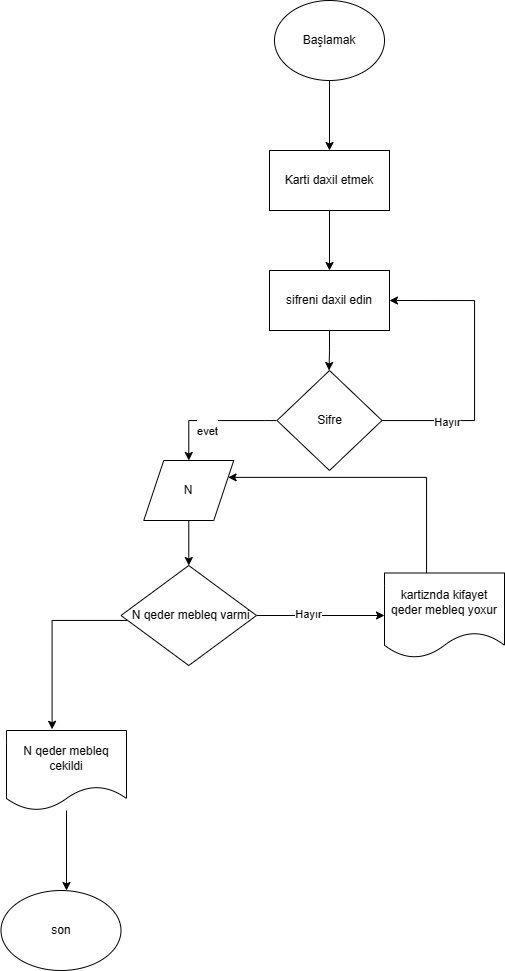
Earlier version of the draw.io export Başlıksız Diyagram.drawio.png (Lost004/flowcharTask1). Source tidied: cells renumbered, new cells last; positions are measured from the earlier drawing's top-left corner, leaving out a move shared by most shapes. The source it was exported from:
```xml
<mxGraphModel>
  <root>
    <mxCell id="0" />
    <mxCell id="1" parent="0" />
    <mxCell id="2" style="edgeStyle=orthogonalEdgeStyle;rounded=0;jettySize=auto;html=1;" parent="1" edge="1" source="3" target="5">
      <mxGeometry relative="1" as="geometry" />
    </mxCell>
    <mxCell id="3" value="Başlamak" style="ellipse;whiteSpace=wrap;html=1;" parent="1" vertex="1">
      <mxGeometry x="274" width="110" height="80" as="geometry" />
    </mxCell>
    <mxCell id="4" style="edgeStyle=orthogonalEdgeStyle;rounded=0;jettySize=auto;html=1;" parent="1" edge="1" source="5" target="7">
      <mxGeometry relative="1" as="geometry" />
    </mxCell>
    <mxCell id="5" value="Karti daxil etmek" style="rounded=0;whiteSpace=wrap;html=1;" parent="1" vertex="1">
      <mxGeometry x="269" y="150" width="120" height="60" as="geometry" />
    </mxCell>
    <mxCell id="6" style="edgeStyle=orthogonalEdgeStyle;rounded=0;jettySize=auto;html=1;entryX=0.5;entryY=0;entryDx=0;entryDy=0;" parent="1" edge="1" source="7">
      <mxGeometry relative="1" as="geometry">
        <mxPoint x="328.5" y="370" as="targetPoint" />
      </mxGeometry>
    </mxCell>
    <mxCell id="7" value="sifreni daxil edin" style="rounded=0;whiteSpace=wrap;html=1;" parent="1" vertex="1">
      <mxGeometry x="269" y="270" width="120" height="60" as="geometry" />
    </mxCell>
    <mxCell id="8" style="edgeStyle=orthogonalEdgeStyle;rounded=0;jettySize=auto;html=1;entryX=1;entryY=0.5;entryDx=0;entryDy=0;" parent="1" edge="1" target="7">
      <mxGeometry relative="1" as="geometry">
        <mxPoint x="380.9" y="420.1" as="sourcePoint" />
        <Array as="points">
          <mxPoint x="474" y="420" />
          <mxPoint x="474" y="300" />
        </Array>
      </mxGeometry>
    </mxCell>
    <mxCell id="9" value="Hayır" style="edgeLabel;html=1;align=center;verticalAlign=middle;" parent="8" vertex="1">
      <mxGeometry x="-0.56" y="-1" relative="1" as="geometry" />
    </mxCell>
    <mxCell id="10" style="edgeStyle=orthogonalEdgeStyle;rounded=0;jettySize=auto;html=1;" parent="1" edge="1" target="14">
      <mxGeometry relative="1" as="geometry">
        <mxPoint x="276.1" y="420.1" as="sourcePoint" />
        <Array as="points">
          <mxPoint x="264" y="420" />
          <mxPoint x="264" y="420" />
        </Array>
      </mxGeometry>
    </mxCell>
    <mxCell id="11" value="&lt;br&gt;evet" style="edgeLabel;html=1;align=center;verticalAlign=middle;" parent="10" vertex="1">
      <mxGeometry x="0.08" y="3" relative="1" as="geometry" />
    </mxCell>
    <mxCell id="12" value="Sifre" style="rhombus;whiteSpace=wrap;html=1;" parent="1" vertex="1">
      <mxGeometry x="276.5" y="370" width="105" height="100" as="geometry" />
    </mxCell>
    <mxCell id="13" style="edgeStyle=orthogonalEdgeStyle;rounded=0;jettySize=auto;html=1;" parent="1" edge="1" source="14" target="18">
      <mxGeometry relative="1" as="geometry" />
    </mxCell>
    <mxCell id="14" value="N" style="shape=parallelogram;perimeter=parallelogramPerimeter;whiteSpace=wrap;html=1;fixedSize=1;" parent="1" vertex="1">
      <mxGeometry x="143.2" y="460" width="90" height="60" as="geometry" />
    </mxCell>
    <mxCell id="15" style="edgeStyle=orthogonalEdgeStyle;rounded=0;jettySize=auto;html=1;" parent="1" edge="1" source="18" target="20">
      <mxGeometry relative="1" as="geometry" />
    </mxCell>
    <mxCell id="16" value="Hayır" style="edgeLabel;html=1;align=center;verticalAlign=middle;" parent="15" vertex="1">
      <mxGeometry x="-0.19" y="2" relative="1" as="geometry" />
    </mxCell>
    <mxCell id="17" style="edgeStyle=orthogonalEdgeStyle;rounded=0;jettySize=auto;html=1;entryX=0.38;entryY=-0.015;entryDx=0;entryDy=0;entryPerimeter=0;" parent="1" edge="1" source="18" target="22">
      <mxGeometry relative="1" as="geometry">
        <Array as="points">
          <mxPoint x="52" y="620" />
        </Array>
      </mxGeometry>
    </mxCell>
    <mxCell id="18" value="&amp;nbsp;N qeder mebleq varmi" style="rhombus;whiteSpace=wrap;html=1;" parent="1" vertex="1">
      <mxGeometry x="120.5" y="565" width="135.5" height="100" as="geometry" />
    </mxCell>
    <mxCell id="19" style="edgeStyle=orthogonalEdgeStyle;rounded=0;jettySize=auto;html=1;entryX=1;entryY=0.25;entryDx=0;entryDy=0;" parent="1" edge="1" source="20" target="14">
      <mxGeometry relative="1" as="geometry">
        <Array as="points">
          <mxPoint x="426" y="477" />
        </Array>
      </mxGeometry>
    </mxCell>
    <mxCell id="20" value="kartiznda kifayet qeder mebleq yoxur" style="shape=document;whiteSpace=wrap;html=1;boundedLbl=1;" parent="1" vertex="1">
      <mxGeometry x="384" y="572.5" width="120" height="85" as="geometry" />
    </mxCell>
    <mxCell id="21" style="edgeStyle=orthogonalEdgeStyle;rounded=0;jettySize=auto;html=1;" parent="1" edge="1" source="22">
      <mxGeometry relative="1" as="geometry">
        <mxPoint x="66" y="890" as="targetPoint" />
      </mxGeometry>
    </mxCell>
    <mxCell id="22" value="N qeder mebleq cekildi" style="shape=document;whiteSpace=wrap;html=1;boundedLbl=1;" parent="1" vertex="1">
      <mxGeometry x="6" y="730" width="120" height="80" as="geometry" />
    </mxCell>
    <mxCell id="23" value="son" style="ellipse;whiteSpace=wrap;html=1;" parent="1" vertex="1">
      <mxGeometry x="0.5" y="890" width="120" height="80" as="geometry" />
    </mxCell>
  </root>
</mxGraphModel>
```
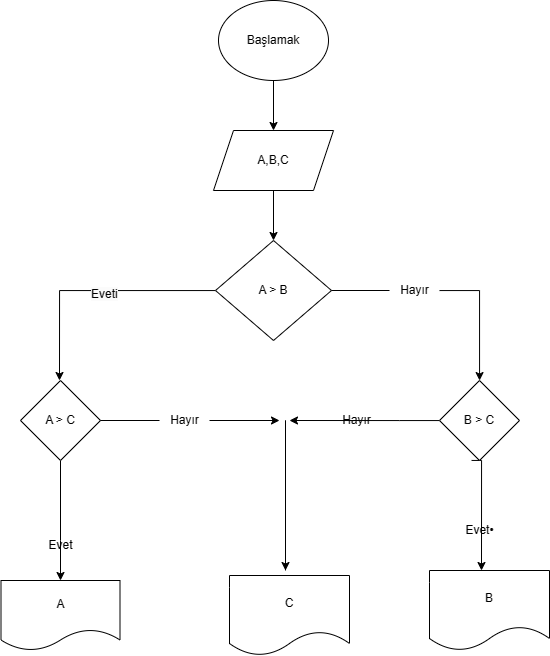
The same file after the commit.

Change to the diagram source:
```diff
@@ -2,95 +2,111 @@
   <root>
     <mxCell id="0" />
     <mxCell id="1" parent="0" />
-    <mxCell id="2" style="edgeStyle=orthogonalEdgeStyle;rounded=0;jettySize=auto;html=1;" parent="1" edge="1" source="3" target="5">
-      <mxGeometry relative="1" as="geometry" />
-    </mxCell>
+    <mxCell id="24" style="edgeStyle=orthogonalEdgeStyle;rounded=0;jettySize=auto;html=1;entryX=0.5;entryY=0;entryDx=0;entryDy=0;" parent="1" edge="1" source="3" target="26">
+      <mxGeometry relative="1" as="geometry" />
+    </mxCell>
     <mxCell id="3" value="Başlamak" style="ellipse;whiteSpace=wrap;html=1;" parent="1" vertex="1">
       <mxGeometry x="274" width="110" height="80" as="geometry" />
     </mxCell>
-    <mxCell id="4" style="edgeStyle=orthogonalEdgeStyle;rounded=0;jettySize=auto;html=1;" parent="1" edge="1" source="5" target="7">
-      <mxGeometry relative="1" as="geometry" />
-    </mxCell>
-    <mxCell id="5" value="Karti daxil etmek" style="rounded=0;whiteSpace=wrap;html=1;" parent="1" vertex="1">
-      <mxGeometry x="269" y="150" width="120" height="60" as="geometry" />
-    </mxCell>
-    <mxCell id="6" style="edgeStyle=orthogonalEdgeStyle;rounded=0;jettySize=auto;html=1;entryX=0.5;entryY=0;entryDx=0;entryDy=0;" parent="1" edge="1" source="7">
-      <mxGeometry relative="1" as="geometry">
-        <mxPoint x="328.5" y="370" as="targetPoint" />
-      </mxGeometry>
-    </mxCell>
-    <mxCell id="7" value="sifreni daxil edin" style="rounded=0;whiteSpace=wrap;html=1;" parent="1" vertex="1">
-      <mxGeometry x="269" y="270" width="120" height="60" as="geometry" />
-    </mxCell>
-    <mxCell id="8" style="edgeStyle=orthogonalEdgeStyle;rounded=0;jettySize=auto;html=1;entryX=1;entryY=0.5;entryDx=0;entryDy=0;" parent="1" edge="1" target="7">
-      <mxGeometry relative="1" as="geometry">
-        <mxPoint x="380.9" y="420.1" as="sourcePoint" />
-        <Array as="points">
-          <mxPoint x="474" y="420" />
-          <mxPoint x="474" y="300" />
-        </Array>
-      </mxGeometry>
-    </mxCell>
-    <mxCell id="9" value="Hayır" style="edgeLabel;html=1;align=center;verticalAlign=middle;" parent="8" vertex="1">
-      <mxGeometry x="-0.56" y="-1" relative="1" as="geometry" />
-    </mxCell>
-    <mxCell id="10" style="edgeStyle=orthogonalEdgeStyle;rounded=0;jettySize=auto;html=1;" parent="1" edge="1" target="14">
-      <mxGeometry relative="1" as="geometry">
-        <mxPoint x="276.1" y="420.1" as="sourcePoint" />
-        <Array as="points">
-          <mxPoint x="264" y="420" />
-          <mxPoint x="264" y="420" />
-        </Array>
-      </mxGeometry>
-    </mxCell>
-    <mxCell id="11" value="&lt;br&gt;evet" style="edgeLabel;html=1;align=center;verticalAlign=middle;" parent="10" vertex="1">
-      <mxGeometry x="0.08" y="3" relative="1" as="geometry" />
-    </mxCell>
-    <mxCell id="12" value="Sifre" style="rhombus;whiteSpace=wrap;html=1;" parent="1" vertex="1">
-      <mxGeometry x="276.5" y="370" width="105" height="100" as="geometry" />
-    </mxCell>
-    <mxCell id="13" style="edgeStyle=orthogonalEdgeStyle;rounded=0;jettySize=auto;html=1;" parent="1" edge="1" source="14" target="18">
-      <mxGeometry relative="1" as="geometry" />
-    </mxCell>
-    <mxCell id="14" value="N" style="shape=parallelogram;perimeter=parallelogramPerimeter;whiteSpace=wrap;html=1;fixedSize=1;" parent="1" vertex="1">
-      <mxGeometry x="143.2" y="460" width="90" height="60" as="geometry" />
-    </mxCell>
-    <mxCell id="15" style="edgeStyle=orthogonalEdgeStyle;rounded=0;jettySize=auto;html=1;" parent="1" edge="1" source="18" target="20">
-      <mxGeometry relative="1" as="geometry" />
-    </mxCell>
-    <mxCell id="16" value="Hayır" style="edgeLabel;html=1;align=center;verticalAlign=middle;" parent="15" vertex="1">
-      <mxGeometry x="-0.19" y="2" relative="1" as="geometry" />
-    </mxCell>
-    <mxCell id="17" style="edgeStyle=orthogonalEdgeStyle;rounded=0;jettySize=auto;html=1;entryX=0.38;entryY=-0.015;entryDx=0;entryDy=0;entryPerimeter=0;" parent="1" edge="1" source="18" target="22">
-      <mxGeometry relative="1" as="geometry">
-        <Array as="points">
-          <mxPoint x="52" y="620" />
-        </Array>
-      </mxGeometry>
-    </mxCell>
-    <mxCell id="18" value="&amp;nbsp;N qeder mebleq varmi" style="rhombus;whiteSpace=wrap;html=1;" parent="1" vertex="1">
-      <mxGeometry x="120.5" y="565" width="135.5" height="100" as="geometry" />
-    </mxCell>
-    <mxCell id="19" style="edgeStyle=orthogonalEdgeStyle;rounded=0;jettySize=auto;html=1;entryX=1;entryY=0.25;entryDx=0;entryDy=0;" parent="1" edge="1" source="20" target="14">
-      <mxGeometry relative="1" as="geometry">
-        <Array as="points">
-          <mxPoint x="426" y="477" />
-        </Array>
-      </mxGeometry>
-    </mxCell>
-    <mxCell id="20" value="kartiznda kifayet qeder mebleq yoxur" style="shape=document;whiteSpace=wrap;html=1;boundedLbl=1;" parent="1" vertex="1">
-      <mxGeometry x="384" y="572.5" width="120" height="85" as="geometry" />
-    </mxCell>
-    <mxCell id="21" style="edgeStyle=orthogonalEdgeStyle;rounded=0;jettySize=auto;html=1;" parent="1" edge="1" source="22">
-      <mxGeometry relative="1" as="geometry">
-        <mxPoint x="66" y="890" as="targetPoint" />
-      </mxGeometry>
-    </mxCell>
-    <mxCell id="22" value="N qeder mebleq cekildi" style="shape=document;whiteSpace=wrap;html=1;boundedLbl=1;" parent="1" vertex="1">
-      <mxGeometry x="6" y="730" width="120" height="80" as="geometry" />
-    </mxCell>
-    <mxCell id="23" value="son" style="ellipse;whiteSpace=wrap;html=1;" parent="1" vertex="1">
-      <mxGeometry x="0.5" y="890" width="120" height="80" as="geometry" />
-    </mxCell>
+    <mxCell id="25" style="edgeStyle=orthogonalEdgeStyle;rounded=0;jettySize=auto;html=1;" parent="1" edge="1" source="26" target="29">
+      <mxGeometry relative="1" as="geometry" />
+    </mxCell>
+    <mxCell id="26" value="A,B,C" style="shape=parallelogram;perimeter=parallelogramPerimeter;whiteSpace=wrap;html=1;fixedSize=1;" parent="1" vertex="1">
+      <mxGeometry x="269" y="130" width="120" height="60" as="geometry" />
+    </mxCell>
+    <mxCell id="27" style="edgeStyle=orthogonalEdgeStyle;rounded=0;jettySize=auto;html=1;" parent="1" edge="1" source="29">
+      <mxGeometry relative="1" as="geometry">
+        <mxPoint x="115" y="380" as="targetPoint" />
+      </mxGeometry>
+    </mxCell>
+    <mxCell id="28" style="edgeStyle=orthogonalEdgeStyle;rounded=0;jettySize=auto;html=1;startArrow=none;" parent="1" edge="1" source="46" target="37">
+      <mxGeometry relative="1" as="geometry">
+        <Array as="points">
+          <mxPoint x="535" y="290" />
+        </Array>
+      </mxGeometry>
+    </mxCell>
+    <mxCell id="29" value="A &amp;gt; B" style="rhombus;whiteSpace=wrap;html=1;" parent="1" vertex="1">
+      <mxGeometry x="271" y="240" width="116" height="100" as="geometry" />
+    </mxCell>
+    <mxCell id="30" style="edgeStyle=orthogonalEdgeStyle;rounded=0;jettySize=auto;html=1;" parent="1" edge="1" source="32" target="33">
+      <mxGeometry relative="1" as="geometry">
+        <Array as="points">
+          <mxPoint x="116" y="540" />
+          <mxPoint x="116" y="540" />
+        </Array>
+      </mxGeometry>
+    </mxCell>
+    <mxCell id="31" style="edgeStyle=orthogonalEdgeStyle;rounded=0;jettySize=auto;html=1;startArrow=none;" parent="1" edge="1" source="43">
+      <mxGeometry relative="1" as="geometry">
+        <mxPoint x="335" y="420" as="targetPoint" />
+      </mxGeometry>
+    </mxCell>
+    <mxCell id="32" value="A &amp;gt; C" style="rhombus;whiteSpace=wrap;html=1;" parent="1" vertex="1">
+      <mxGeometry x="76" y="380" width="80" height="80" as="geometry" />
+    </mxCell>
+    <mxCell id="33" value="A" style="shape=document;whiteSpace=wrap;html=1;boundedLbl=1;" parent="1" vertex="1">
+      <mxGeometry x="56.5" y="580" width="119" height="70" as="geometry" />
+    </mxCell>
+    <mxCell id="34" value="Evet" style="text;html=1;align=center;verticalAlign=middle;strokeColor=none;fillColor=none;" parent="1" vertex="1">
+      <mxGeometry x="91" y="530" width="50" height="30" as="geometry" />
+    </mxCell>
+    <mxCell id="35" style="edgeStyle=orthogonalEdgeStyle;rounded=0;jettySize=auto;html=1;" parent="1" edge="1" source="37">
+      <mxGeometry relative="1" as="geometry">
+        <mxPoint x="345" y="420" as="targetPoint" />
+        <Array as="points">
+          <mxPoint x="455" y="420" />
+          <mxPoint x="455" y="420" />
+        </Array>
+      </mxGeometry>
+    </mxCell>
+    <mxCell id="36" style="edgeStyle=orthogonalEdgeStyle;rounded=0;orthogonalLoop=1;jettySize=auto;html=1;entryX=0.5;entryY=0;entryDx=0;entryDy=0;" parent="1" edge="1">
+      <mxGeometry relative="1" as="geometry">
+        <mxPoint x="527.1" y="459.9" as="sourcePoint" />
+        <mxPoint x="537" y="570" as="targetPoint" />
+        <Array as="points">
+          <mxPoint x="537" y="460" />
+        </Array>
+      </mxGeometry>
+    </mxCell>
+    <mxCell id="37" value="B &amp;gt; C" style="rhombus;whiteSpace=wrap;html=1;" parent="1" vertex="1">
+      <mxGeometry x="495" y="380" width="80" height="80" as="geometry" />
+    </mxCell>
+    <mxCell id="38" value="C" style="shape=document;whiteSpace=wrap;html=1;boundedLbl=1;" parent="1" vertex="1">
+      <mxGeometry x="285" y="575" width="120" height="80" as="geometry" />
+    </mxCell>
+    <mxCell id="39" style="endArrow=classic;html=1;rounded=0;" parent="1" edge="1">
+      <mxGeometry relative="1" as="geometry">
+        <mxPoint x="341" y="570" as="sourcePoint" />
+        <mxPoint x="341" y="570" as="targetPoint" />
+        <Array as="points">
+          <mxPoint x="341" y="420" />
+        </Array>
+      </mxGeometry>
+    </mxCell>
+    <mxCell id="40" value="B" style="shape=document;whiteSpace=wrap;html=1;boundedLbl=1;" parent="1" vertex="1">
+      <mxGeometry x="485" y="570" width="120" height="80" as="geometry" />
+    </mxCell>
+    <mxCell id="41" value="Evet•" style="text;html=1;align=center;verticalAlign=middle;strokeColor=none;fillColor=none;" parent="1" vertex="1">
+      <mxGeometry x="510" y="515" width="50" height="30" as="geometry" />
+    </mxCell>
+    <mxCell id="42" style="edgeStyle=orthogonalEdgeStyle;rounded=0;jettySize=auto;html=1;endArrow=none;" parent="1" edge="1" source="32" target="43">
+      <mxGeometry relative="1" as="geometry" />
+    </mxCell>
+    <mxCell id="43" value="Hayır" style="text;html=1;align=center;verticalAlign=middle;points=[];strokeColor=none;fillColor=none;" parent="1" vertex="1">
+      <mxGeometry x="215" y="405" width="50" height="30" as="geometry" />
+    </mxCell>
+    <mxCell id="44" value="Hayır" style="text;html=1;align=center;verticalAlign=middle;strokeColor=none;fillColor=none;" parent="1" vertex="1">
+      <mxGeometry x="387" y="405" width="50" height="30" as="geometry" />
+    </mxCell>
+    <mxCell id="45" style="edgeStyle=orthogonalEdgeStyle;rounded=0;jettySize=auto;html=1;endArrow=none;" parent="1" edge="1" source="29" target="46">
+      <mxGeometry relative="1" as="geometry" />
+    </mxCell>
+    <mxCell id="46" value="Hayır" style="text;html=1;align=center;verticalAlign=middle;points=[];strokeColor=none;fillColor=none;" parent="1" vertex="1">
+      <mxGeometry x="445" y="275" width="50" height="30" as="geometry" />
+    </mxCell>
+    <mxCell id="47" value="&lt;span style=&quot;color: rgb(0, 0, 0); font-family: Helvetica; font-size: 12px; font-style: normal; font-variant-ligatures: normal; font-variant-caps: normal; font-weight: 400; letter-spacing: normal; orphans: 2; text-align: center; text-indent: 0px; text-transform: none; widows: 2; word-spacing: 0px; -webkit-text-stroke-width: 0px; background-color: rgb(251, 251, 251); text-decoration-thickness: initial; text-decoration-style: initial; text-decoration-color: initial; float: none; display: inline !important;&quot;&gt;Eveti&lt;/span&gt;" style="text;whiteSpace=wrap;html=1;" parent="1" vertex="1">
+      <mxGeometry x="145" y="280" width="60" height="40" as="geometry" />
+    </mxCell>
   </root>
 </mxGraphModel>
```
